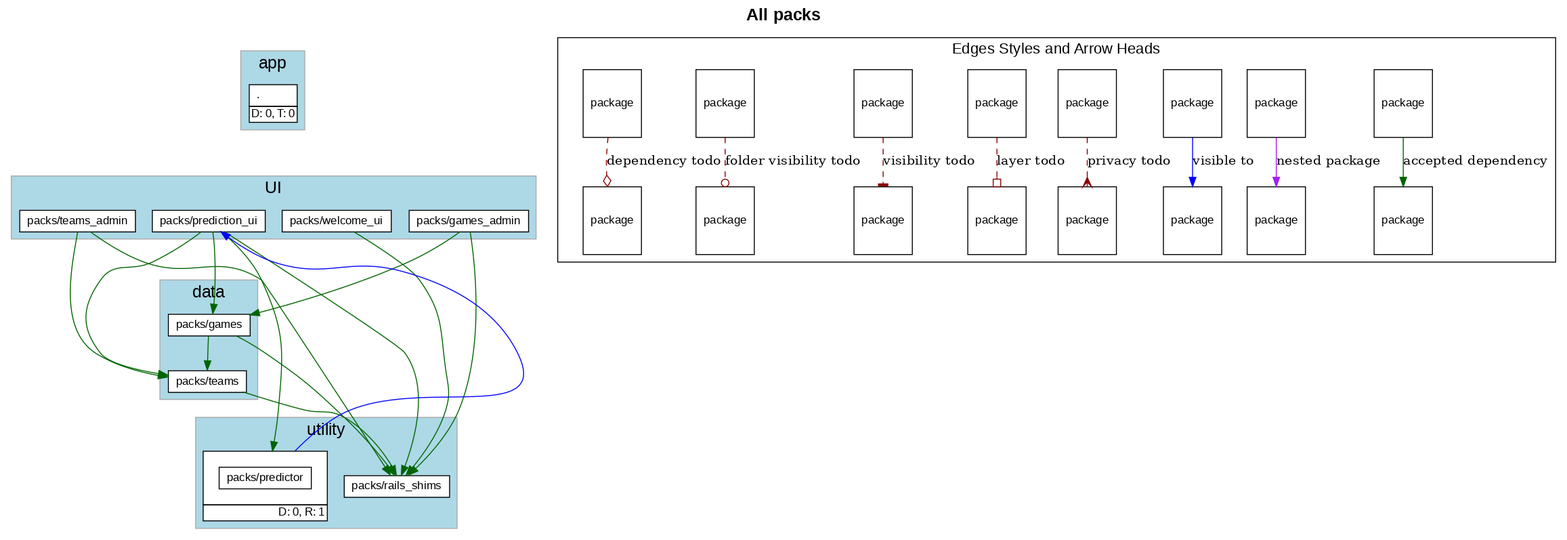
This is diagrams/all_packs_with_todo.png from shageman/package-based-rails-applications, a Graphviz export, as it was before one commit. Its source is kept beside it as diagrams/all_packs_with_todo.dot.
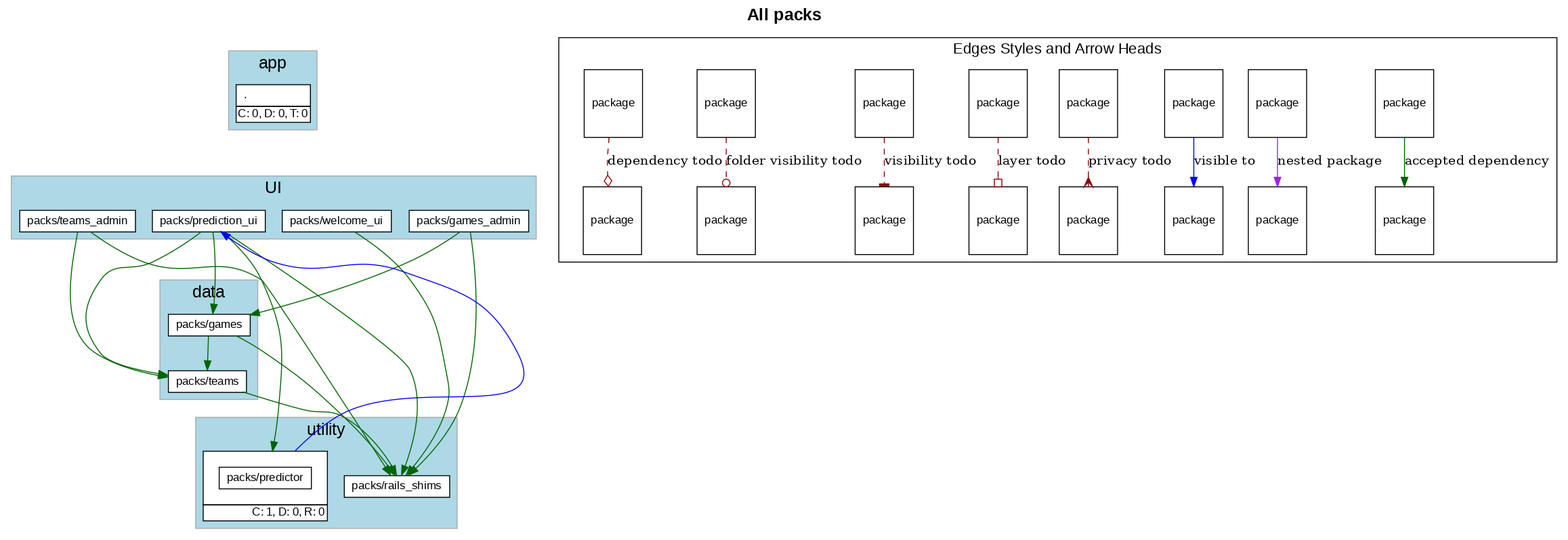
Later version of the same file.

The edit, as a diff of the source:
```diff
@@ -30,7 +30,7 @@
             label= <
                 <table border='0' cellborder='1' cellspacing='0' cellpadding='4'>
                   <tr> <td align='left'> . </td> </tr>
-                  <tr><td CELLPADDING='1' ALIGN='RIGHT'>D: 0, T: 0</td></tr>
+                  <tr><td CELLPADDING='1' ALIGN='RIGHT'>C: 0, D: 0, T: 0</td></tr>
                 </table>
               >
           ]
@@ -133,7 +133,7 @@
                     <tr> <td port='private'> packs/predictor </td> </tr>
                   </table>
                   </td></tr>
-                  <tr><td CELLPADDING='1' ALIGN='RIGHT'>D: 0, R: 1</td></tr>
+                  <tr><td CELLPADDING='1' ALIGN='RIGHT'>C: 1, D: 0, R: 0</td></tr>
                   </table>
               >
           ]
```
